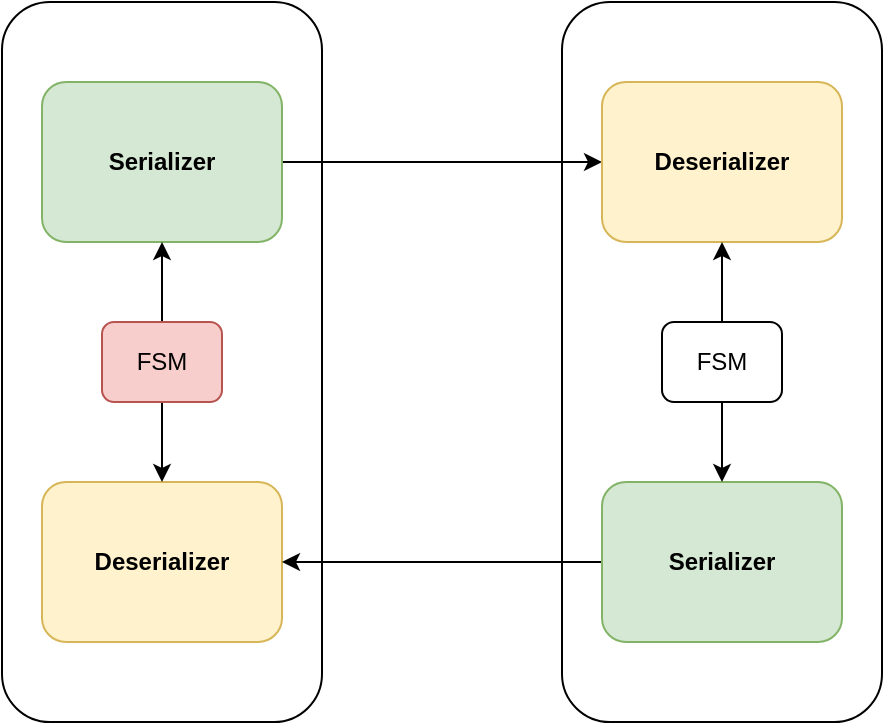
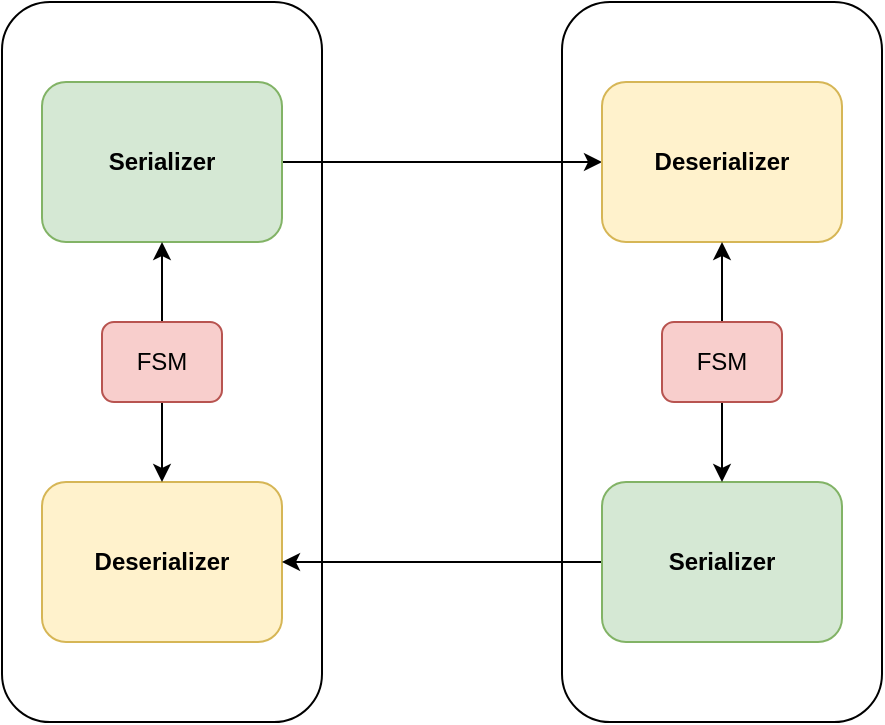
<mxfile host="app.diagrams.net">
  <diagram name="Page-1" id="W4ALeMc_fcv-iuW4_5jM">
    <mxGraphModel dx="527" dy="762" grid="1" gridSize="10" guides="1" tooltips="1" connect="1" arrows="1" fold="1" page="1" pageScale="1" pageWidth="850" pageHeight="1100" math="0" shadow="0">
      <root>
        <mxCell id="0" />
        <mxCell id="1" parent="0" />
        <mxCell id="13rOEOkUA4Yrk083lLE4-12" parent="1" style="rounded=1;whiteSpace=wrap;html=1;" value="" vertex="1">
          <mxGeometry height="360" width="160" x="460" y="160" as="geometry" />
        </mxCell>
        <mxCell id="13rOEOkUA4Yrk083lLE4-11" parent="1" style="rounded=1;whiteSpace=wrap;html=1;" value="" vertex="1">
          <mxGeometry height="360" width="160" x="180" y="160" as="geometry" />
        </mxCell>
        <mxCell id="13rOEOkUA4Yrk083lLE4-9" edge="1" parent="1" source="D67Tu_U39foHL8RCta2M-1" style="edgeStyle=orthogonalEdgeStyle;rounded=0;orthogonalLoop=1;jettySize=auto;html=1;exitX=1;exitY=0.5;exitDx=0;exitDy=0;entryX=0;entryY=0.5;entryDx=0;entryDy=0;" target="13rOEOkUA4Yrk083lLE4-4">
          <mxGeometry relative="1" as="geometry" />
        </mxCell>
        <mxCell id="D67Tu_U39foHL8RCta2M-1" parent="1" style="rounded=1;whiteSpace=wrap;html=1;fontStyle=1;fillColor=#d5e8d4;strokeColor=#82b366;" value="Serializer" vertex="1">
          <mxGeometry height="80" width="120" x="200" y="200" as="geometry" />
        </mxCell>
        <mxCell id="D67Tu_U39foHL8RCta2M-2" parent="1" style="rounded=1;whiteSpace=wrap;html=1;fontStyle=1;fillColor=#fff2cc;strokeColor=#d6b656;" value="Deserializer" vertex="1">
          <mxGeometry height="80" width="120" x="200" y="400" as="geometry" />
        </mxCell>
        <mxCell id="13rOEOkUA4Yrk083lLE4-2" edge="1" parent="1" source="13rOEOkUA4Yrk083lLE4-1" style="edgeStyle=orthogonalEdgeStyle;rounded=0;orthogonalLoop=1;jettySize=auto;html=1;entryX=0.5;entryY=1;entryDx=0;entryDy=0;" target="D67Tu_U39foHL8RCta2M-1">
          <mxGeometry relative="1" as="geometry" />
        </mxCell>
        <mxCell id="13rOEOkUA4Yrk083lLE4-3" edge="1" parent="1" source="13rOEOkUA4Yrk083lLE4-1" style="edgeStyle=orthogonalEdgeStyle;rounded=0;orthogonalLoop=1;jettySize=auto;html=1;entryX=0.5;entryY=0;entryDx=0;entryDy=0;" target="D67Tu_U39foHL8RCta2M-2">
          <mxGeometry relative="1" as="geometry" />
        </mxCell>
        <mxCell id="13rOEOkUA4Yrk083lLE4-1" parent="1" style="rounded=1;whiteSpace=wrap;html=1;fillColor=#f8cecc;strokeColor=#b85450;" value="FSM" vertex="1">
          <mxGeometry height="40" width="60" x="230" y="320" as="geometry" />
        </mxCell>
        <mxCell id="13rOEOkUA4Yrk083lLE4-4" parent="1" style="rounded=1;whiteSpace=wrap;html=1;fontStyle=1;fillColor=#fff2cc;strokeColor=#d6b656;" value="Deserializer" vertex="1">
          <mxGeometry height="80" width="120" x="480" y="200" as="geometry" />
        </mxCell>
        <mxCell id="13rOEOkUA4Yrk083lLE4-10" edge="1" parent="1" source="13rOEOkUA4Yrk083lLE4-5" style="edgeStyle=orthogonalEdgeStyle;rounded=0;orthogonalLoop=1;jettySize=auto;html=1;entryX=1;entryY=0.5;entryDx=0;entryDy=0;" target="D67Tu_U39foHL8RCta2M-2">
          <mxGeometry relative="1" as="geometry" />
        </mxCell>
        <mxCell id="13rOEOkUA4Yrk083lLE4-5" parent="1" style="rounded=1;whiteSpace=wrap;html=1;fontStyle=1;fillColor=#d5e8d4;strokeColor=#82b366;" value="Serializer" vertex="1">
          <mxGeometry height="80" width="120" x="480" y="400" as="geometry" />
        </mxCell>
        <mxCell id="13rOEOkUA4Yrk083lLE4-6" edge="1" parent="1" source="13rOEOkUA4Yrk083lLE4-8" style="edgeStyle=orthogonalEdgeStyle;rounded=0;orthogonalLoop=1;jettySize=auto;html=1;entryX=0.5;entryY=1;entryDx=0;entryDy=0;" target="13rOEOkUA4Yrk083lLE4-4">
          <mxGeometry relative="1" as="geometry" />
        </mxCell>
        <mxCell id="13rOEOkUA4Yrk083lLE4-7" edge="1" parent="1" source="13rOEOkUA4Yrk083lLE4-8" style="edgeStyle=orthogonalEdgeStyle;rounded=0;orthogonalLoop=1;jettySize=auto;html=1;entryX=0.5;entryY=0;entryDx=0;entryDy=0;" target="13rOEOkUA4Yrk083lLE4-5">
          <mxGeometry relative="1" as="geometry" />
        </mxCell>
-         <mxCell id="13rOEOkUA4Yrk083lLE4-8" parent="1" style="rounded=1;whiteSpace=wrap;html=1;" value="FSM" vertex="1">
+         <mxCell id="13rOEOkUA4Yrk083lLE4-8" parent="1" style="rounded=1;whiteSpace=wrap;html=1;fillColor=#f8cecc;strokeColor=#b85450;" value="FSM" vertex="1">
          <mxGeometry height="40" width="60" x="510" y="320" as="geometry" />
        </mxCell>
      </root>
    </mxGraphModel>
  </diagram>
</mxfile>
